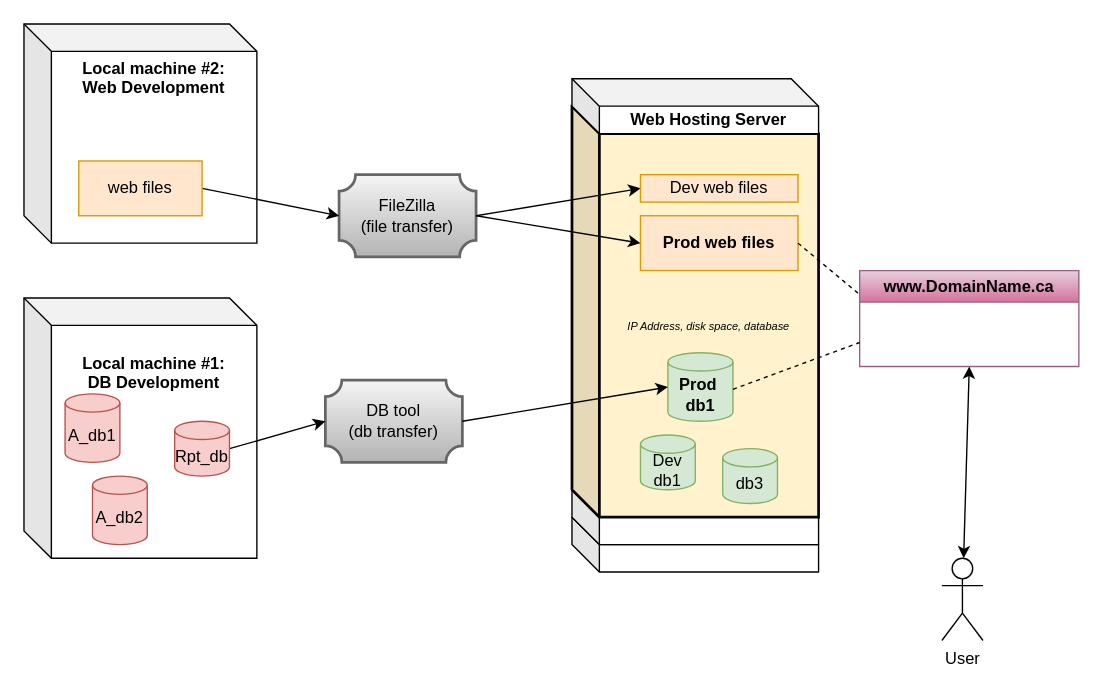
Above: tenis_infrastructure.drawio in zec-a/zec_tenis (draw.io), before the change. Source tidied: cells renumbered, new cells numbered last; positions are measured from the earlier drawing's top-left corner, leaving out a move shared by most shapes. Both pictures are drawn from the tidied source at 137%, with x=0, y=0 at pixel (23, 23).
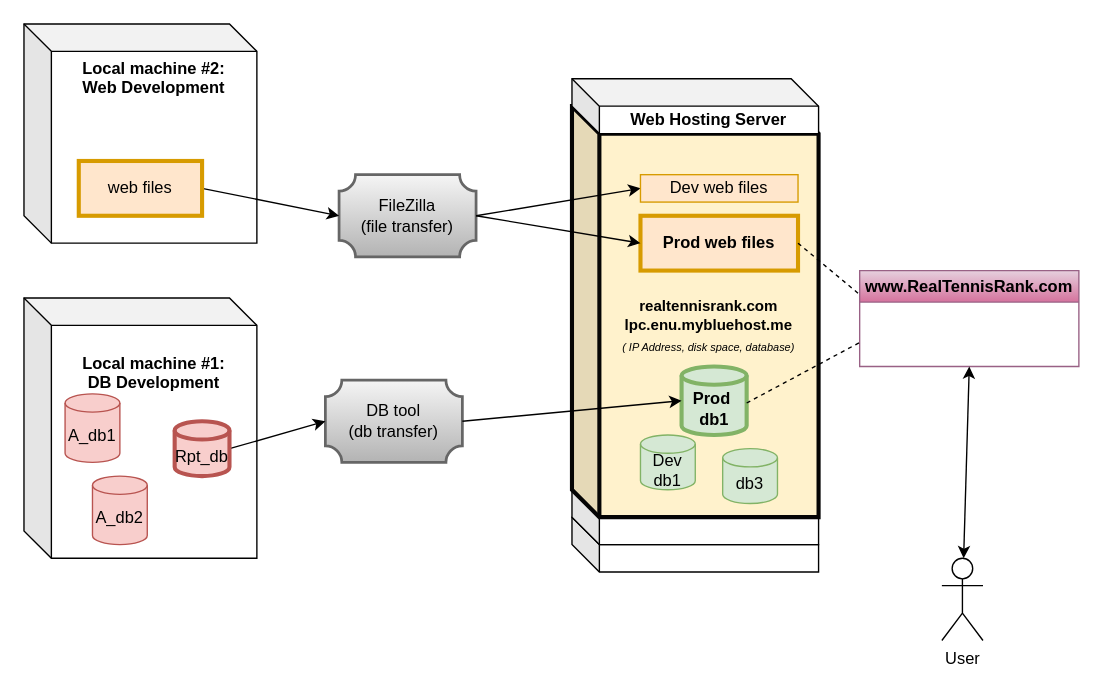
Above is the later version.

Diff of the diagram source:
```diff
@@
-    <mxCell id="4" value="&lt;font style=&quot;font-size: 8px;&quot;&gt;&lt;i&gt;IP Address, disk space, database&lt;/i&gt;&lt;/font&gt;" style="shape=cube;whiteSpace=wrap;html=1;boundedLbl=1;backgroundOutline=1;darkOpacity=0.05;darkOpacity2=0.1;fillColor=#fff2cc;strokeColor=#050505;strokeWidth=2;" parent="1" vertex="1">
+    <mxCell id="4" value="&lt;div&gt;&lt;b style=&quot;background-color: initial; font-size: 11px;&quot;&gt;realtennisrank.com&lt;/b&gt;&lt;br&gt;&lt;/div&gt;&lt;div&gt;&lt;font style=&quot;&quot;&gt;&lt;b style=&quot;&quot;&gt;&lt;font style=&quot;font-size: 11px;&quot;&gt;&amp;nbsp;lpc.enu.mybluehost.me&amp;nbsp;&lt;/font&gt;&lt;/b&gt;&lt;br&gt;&lt;/font&gt;&lt;/div&gt;&lt;font style=&quot;font-size: 8px;&quot;&gt;&lt;i&gt;( IP Address, disk space, database)&lt;/i&gt;&lt;/font&gt;" style="shape=cube;whiteSpace=wrap;html=1;boundedLbl=1;backgroundOutline=1;darkOpacity=0.05;darkOpacity2=0.1;fillColor=#fff2cc;strokeColor=#050505;strokeWidth=3;labelPosition=center;verticalLabelPosition=middle;align=center;verticalAlign=middle;" parent="1" vertex="1">
       <mxGeometry x="400" y="60" width="180" height="300" as="geometry" />
     </mxCell>
@@
-    <mxCell id="6" value="www.DomainName.ca" style="swimlane;whiteSpace=wrap;html=1;fillColor=#e6d0de;strokeColor=#996185;gradientColor=#d5739d;" parent="1" vertex="1">
+    <mxCell id="6" value="www.RealTennisRank.com" style="swimlane;whiteSpace=wrap;html=1;fillColor=#e6d0de;strokeColor=#996185;gradientColor=#d5739d;" parent="1" vertex="1">
       <mxGeometry x="610" y="180" width="160" height="70" as="geometry" />
     </mxCell>
-    <mxCell id="7" value="Prod&amp;nbsp;&lt;div&gt;db1&lt;/div&gt;" style="shape=cylinder3;whiteSpace=wrap;html=1;boundedLbl=1;backgroundOutline=1;size=6.66668701171875;fillColor=#d5e8d4;strokeColor=#82b366;fontStyle=1;" parent="1" vertex="1">
-      <mxGeometry x="470" y="240" width="47.5" height="50" as="geometry" />
+    <mxCell id="7" value="Prod&amp;nbsp;&lt;div&gt;db1&lt;/div&gt;" style="shape=cylinder3;whiteSpace=wrap;html=1;boundedLbl=1;backgroundOutline=1;size=6.66668701171875;fillColor=#d5e8d4;strokeColor=#82b366;fontStyle=1;strokeWidth=3;" parent="1" vertex="1">
+      <mxGeometry x="480" y="250" width="47.5" height="50" as="geometry" />
     </mxCell>
@@
-    <mxCell id="17" value="web files" style="rounded=0;whiteSpace=wrap;html=1;fillColor=#ffe6cc;strokeColor=#d79b00;" parent="1" vertex="1">
+    <mxCell id="17" value="web files" style="rounded=0;whiteSpace=wrap;html=1;fillColor=#ffe6cc;strokeColor=#d79b00;strokeWidth=3;" parent="1" vertex="1">
       <mxGeometry x="40" y="100" width="90" height="40" as="geometry" />
     </mxCell>
@@
-    <mxCell id="19" value="Prod&amp;nbsp;&lt;span style=&quot;background-color: initial;&quot;&gt;web files&lt;/span&gt;" style="rounded=0;whiteSpace=wrap;html=1;fillColor=#ffe6cc;strokeColor=#d79b00;fontStyle=1;" parent="1" vertex="1">
+    <mxCell id="19" value="Prod&amp;nbsp;&lt;span style=&quot;background-color: initial;&quot;&gt;web files&lt;/span&gt;" style="rounded=0;whiteSpace=wrap;html=1;fillColor=#ffe6cc;strokeColor=#d79b00;fontStyle=1;strokeWidth=3;" parent="1" vertex="1">
       <mxGeometry x="450" y="140" width="115" height="40" as="geometry" />
     </mxCell>
@@
-    <mxCell id="26" value="Rpt_db" style="shape=cylinder3;whiteSpace=wrap;html=1;boundedLbl=1;backgroundOutline=1;size=6.66668701171875;fillColor=#f8cecc;strokeColor=#b85450;" parent="1" vertex="1">
+    <mxCell id="26" value="Rpt_db" style="shape=cylinder3;whiteSpace=wrap;html=1;boundedLbl=1;backgroundOutline=1;size=6.66668701171875;fillColor=#f8cecc;strokeColor=#b85450;strokeWidth=3;" parent="1" vertex="1">
       <mxGeometry x="110" y="290" width="40" height="40" as="geometry" />
     </mxCell>
```
